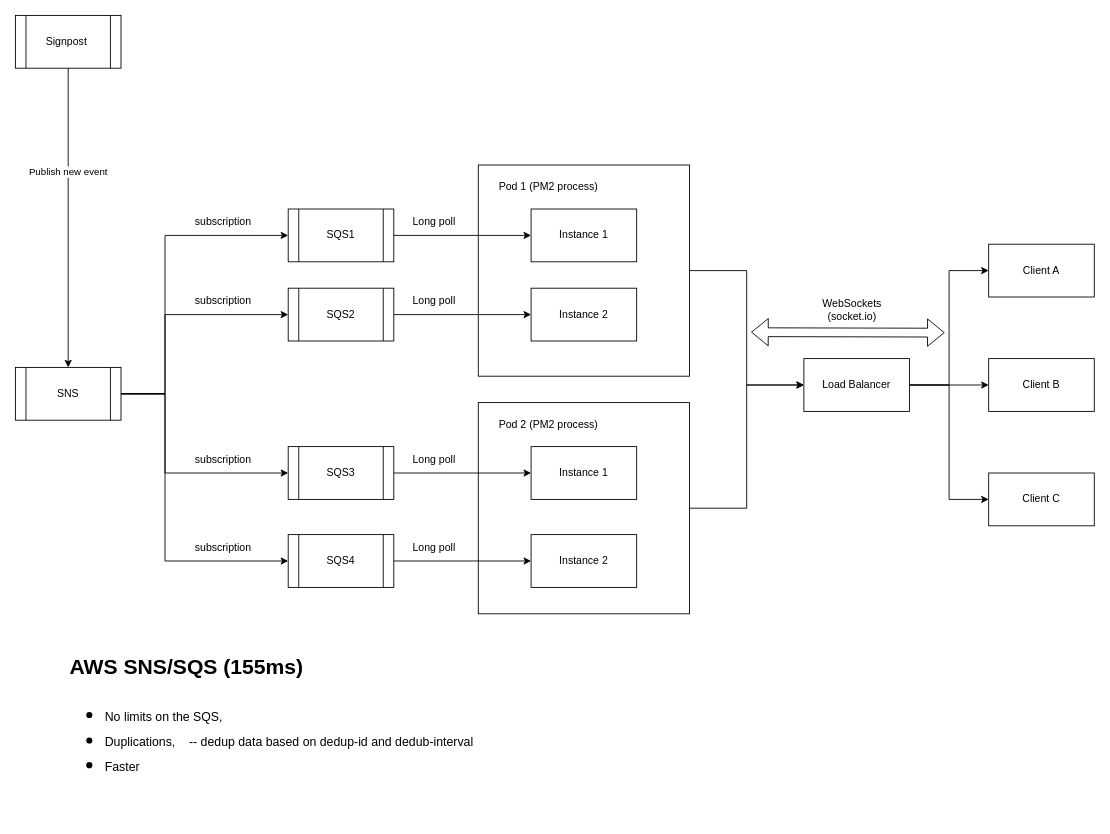
Earlier version of the draw.io diagram page "AWS SQS" (1 of 5) of hppd-Inbox.drawio (half-6/workflow). Source tidied: cells renumbered, new cells numbered last; positions are measured from the earlier drawing's top-left corner, leaving out a move shared by most shapes. Both pictures are drawn from the tidied source at 88%, with x=0, y=0 at pixel (15, 15).
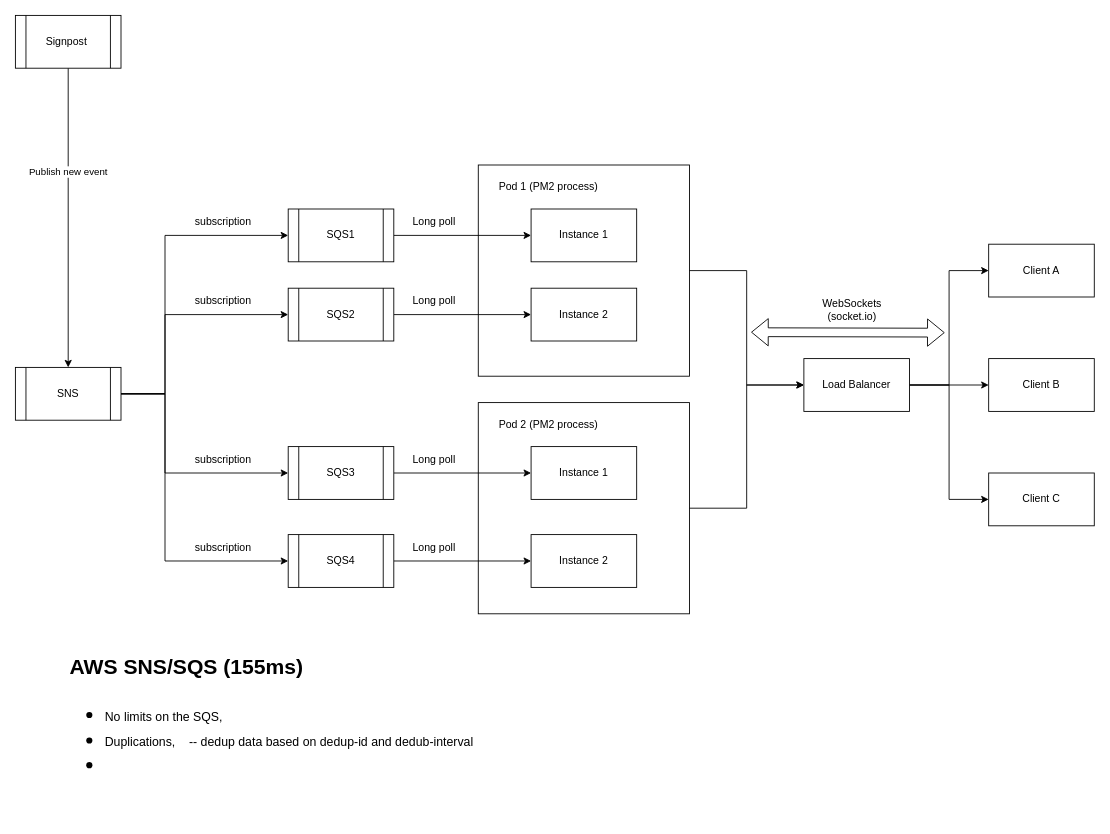
The same diagram, later.

Change to the diagram source:
```diff
@@
-    <mxCell id="47" value="&lt;h1 style=&quot;margin-top: 0px;&quot;&gt;&lt;span style=&quot;background-color: initial;&quot;&gt;AWS SNS/SQS (155ms)&lt;/span&gt;&lt;/h1&gt;&lt;h1 style=&quot;margin-top: 0px;&quot;&gt;&lt;ul&gt;&lt;li&gt;&lt;span style=&quot;font-weight: 400; background-color: initial;&quot;&gt;&lt;font style=&quot;font-size: 14px;&quot;&gt;No limits on the SQS,&amp;nbsp;&lt;/font&gt;&lt;/span&gt;&lt;/li&gt;&lt;li&gt;&lt;span style=&quot;font-weight: 400; background-color: initial;&quot;&gt;&lt;font style=&quot;font-size: 14px;&quot;&gt;Duplications,&amp;nbsp; &amp;nbsp; -- dedup data based on dedup-id and dedub-interval&amp;nbsp;&lt;/font&gt;&lt;/span&gt;&lt;/li&gt;&lt;li&gt;&lt;span style=&quot;font-weight: 400; background-color: initial;&quot;&gt;&lt;font style=&quot;font-size: 14px;&quot;&gt;Faster&amp;nbsp;&lt;/font&gt;&lt;/span&gt;&lt;/li&gt;&lt;/ul&gt;&lt;/h1&gt;" style="text;html=1;whiteSpace=wrap;overflow=hidden;rounded=0;" parent="1" vertex="1">
+    <mxCell id="47" value="&lt;h1 style=&quot;margin-top: 0px;&quot;&gt;&lt;span style=&quot;background-color: initial;&quot;&gt;AWS SNS/SQS (155ms)&lt;/span&gt;&lt;/h1&gt;&lt;h1 style=&quot;margin-top: 0px;&quot;&gt;&lt;ul&gt;&lt;li&gt;&lt;span style=&quot;font-weight: 400; background-color: initial;&quot;&gt;&lt;font style=&quot;font-size: 14px;&quot;&gt;No limits on the SQS,&amp;nbsp;&lt;/font&gt;&lt;/span&gt;&lt;/li&gt;&lt;li&gt;&lt;span style=&quot;font-weight: 400; background-color: initial;&quot;&gt;&lt;font style=&quot;font-size: 14px;&quot;&gt;Duplications,&amp;nbsp; &amp;nbsp; -- dedup data based on dedup-id and dedub-interval&lt;/font&gt;&lt;/span&gt;&lt;/li&gt;&lt;li&gt;&lt;span style=&quot;font-weight: 400; background-color: initial;&quot;&gt;&lt;font style=&quot;font-size: 14px;&quot;&gt;&lt;br&gt;&lt;/font&gt;&lt;/span&gt;&lt;/li&gt;&lt;/ul&gt;&lt;/h1&gt;" style="text;html=1;whiteSpace=wrap;overflow=hidden;rounded=0;" parent="1" vertex="1">
       <mxGeometry x="60" y="720" width="820" height="190" as="geometry" />
     </mxCell>
```
